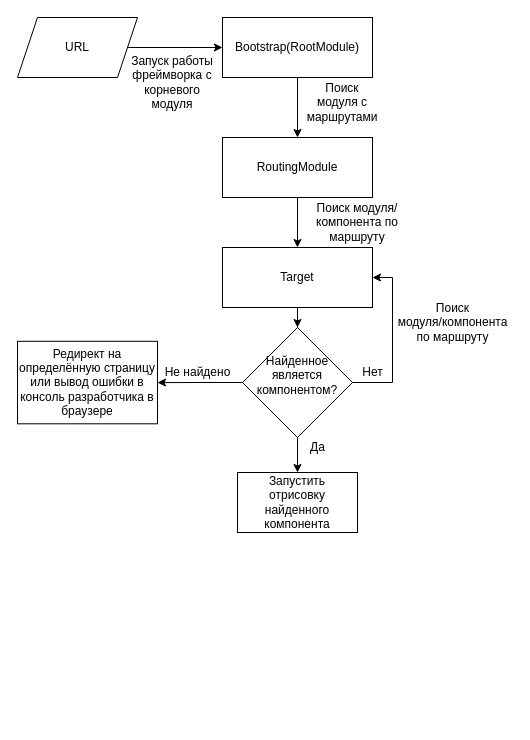
This is Процесс поиска компонента для отрисовки.drawio from Lykashonok/uwu, a draw.io file, before an edit. Source tidied: cells renumbered, new cells numbered last; positions are measured from the earlier drawing's top-left corner, leaving out a move shared by most shapes. Both pictures are drawn from the tidied source at 100%, with x=0, y=0 at pixel (17, 17).
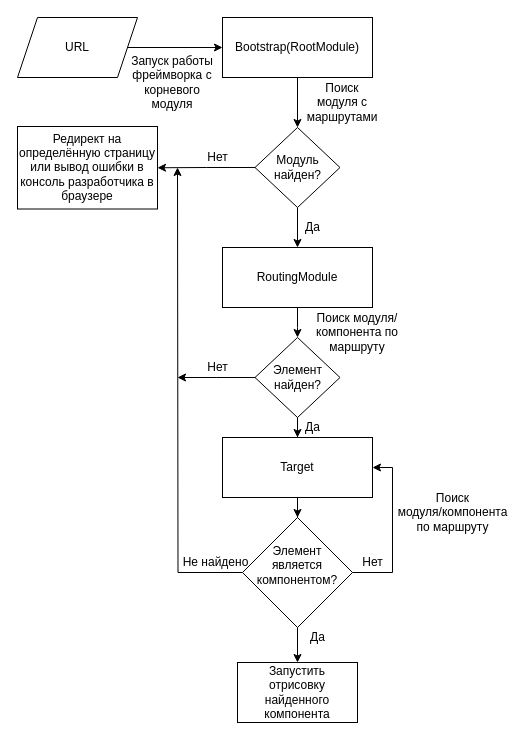
After the change.

The change refers to these unchanged cells:
```xml
<mxCell id="5" value="Bootstrap(RootModule)" style="whiteSpace=wrap;html=1;" parent="1" vertex="1">
  <mxGeometry x="205" width="150" height="60" as="geometry" />
</mxCell>
```

What changed in the source:
```diff
@@
-    <mxCell id="4" style="edgeStyle=orthogonalEdgeStyle;rounded=0;jettySize=auto;html=1;" parent="1" edge="1" source="5" target="7">
-      <mxGeometry relative="1" as="geometry" />
-    </mxCell>
+    <mxCell id="23" style="edgeStyle=orthogonalEdgeStyle;rounded=0;jettySize=auto;html=1;entryX=0.5;entryY=0;entryDx=0;entryDy=0;" parent="1" edge="1" source="5" target="26">
+      <mxGeometry relative="1" as="geometry" />
+    </mxCell>
@@
-    <mxCell id="6" style="edgeStyle=orthogonalEdgeStyle;rounded=0;jettySize=auto;html=1;entryX=0.5;entryY=0;entryDx=0;entryDy=0;" parent="1" edge="1" source="7" target="10">
-      <mxGeometry relative="1" as="geometry" />
+    <mxCell id="6" style="edgeStyle=orthogonalEdgeStyle;rounded=0;jettySize=auto;html=1;" parent="1" edge="1" source="7">
+      <mxGeometry relative="1" as="geometry">
+        <mxPoint x="280" y="320" as="targetPoint" />
+      </mxGeometry>
     </mxCell>
     <mxCell id="7" value="RoutingModule" style="whiteSpace=wrap;html=1;" parent="1" vertex="1">
-      <mxGeometry x="205" y="120" width="150" height="60" as="geometry" />
+      <mxGeometry x="205" y="230" width="150" height="60" as="geometry" />
     </mxCell>
@@
-    <mxCell id="9" style="edgeStyle=orthogonalEdgeStyle;rounded=0;jettySize=auto;html=1;entryX=0.5;entryY=0;entryDx=0;entryDy=0;" parent="1" edge="1" source="10" target="15">
-      <mxGeometry relative="1" as="geometry" />
-    </mxCell>
+    <mxCell id="11" value="Поиск модуля/компонента по маршруту" style="text;html=1;strokeColor=none;fillColor=none;align=center;verticalAlign=middle;whiteSpace=wrap;rounded=0;" parent="1" vertex="1">
+      <mxGeometry x="285" y="290" width="110" height="50" as="geometry" />
+    </mxCell>
+    <mxCell id="22" value="Запуск работы фреймворка с корневого модуля" style="text;html=1;strokeColor=none;fillColor=none;align=center;verticalAlign=middle;whiteSpace=wrap;rounded=0;" parent="1" vertex="1">
+      <mxGeometry x="110" y="30" width="90" height="70" as="geometry" />
+    </mxCell>
+    <mxCell id="24" style="edgeStyle=orthogonalEdgeStyle;rounded=0;jettySize=auto;html=1;entryX=0.5;entryY=0;entryDx=0;entryDy=0;" parent="1" edge="1" source="26" target="7">
+      <mxGeometry relative="1" as="geometry" />
+    </mxCell>
+    <mxCell id="25" style="edgeStyle=orthogonalEdgeStyle;rounded=0;jettySize=auto;html=1;entryX=1;entryY=0.5;entryDx=0;entryDy=0;" parent="1" edge="1" source="26" target="20">
+      <mxGeometry relative="1" as="geometry" />
+    </mxCell>
+    <mxCell id="26" value="&lt;div&gt;Модуль&lt;/div&gt;&lt;div&gt;найден?&lt;/div&gt;" style="rhombus;whiteSpace=wrap;html=1;" parent="1" vertex="1">
+      <mxGeometry x="237.5" y="110" width="85" height="80" as="geometry" />
+    </mxCell>
+    <mxCell id="27" style="edgeStyle=orthogonalEdgeStyle;rounded=0;jettySize=auto;html=1;entryX=0.5;entryY=0;entryDx=0;entryDy=0;" parent="1" edge="1" source="10" target="31">
+      <mxGeometry relative="1" as="geometry" />
+    </mxCell>
     <mxCell id="10" value="Target" style="whiteSpace=wrap;html=1;" parent="1" vertex="1">
-      <mxGeometry x="205" y="230" width="150" height="60" as="geometry" />
+      <mxGeometry x="205" y="420" width="150" height="60" as="geometry" />
     </mxCell>
-    <mxCell id="11" value="Поиск модуля/компонента по маршруту" style="text;html=1;strokeColor=none;fillColor=none;align=center;verticalAlign=middle;whiteSpace=wrap;rounded=0;" parent="1" vertex="1">
-      <mxGeometry x="285" y="180" width="110" height="50" as="geometry" />
-    </mxCell>
-    <mxCell id="12" style="edgeStyle=orthogonalEdgeStyle;rounded=0;jettySize=auto;html=1;entryX=1;entryY=0.5;entryDx=0;entryDy=0;" parent="1" edge="1" source="15" target="10">
-      <mxGeometry relative="1" as="geometry">
-        <Array as="points">
-          <mxPoint x="375" y="365" />
-          <mxPoint x="375" y="260" />
-        </Array>
-      </mxGeometry>
-    </mxCell>
-    <mxCell id="13" style="edgeStyle=orthogonalEdgeStyle;rounded=0;jettySize=auto;html=1;" parent="1" edge="1" source="15" target="18">
-      <mxGeometry relative="1" as="geometry" />
-    </mxCell>
-    <mxCell id="14" style="edgeStyle=orthogonalEdgeStyle;rounded=0;jettySize=auto;html=1;" parent="1" edge="1" source="15" target="20">
-      <mxGeometry relative="1" as="geometry" />
-    </mxCell>
-    <mxCell id="15" value="&lt;div&gt;Найденное является &lt;br&gt;&lt;/div&gt;&lt;div&gt;компонентом?&lt;/div&gt;&lt;div&gt;&lt;br&gt;&lt;/div&gt;" style="rhombus;whiteSpace=wrap;html=1;" parent="1" vertex="1">
-      <mxGeometry x="225" y="310" width="110" height="110" as="geometry" />
-    </mxCell>
-    <mxCell id="16" value="Нет" style="text;html=1;align=center;verticalAlign=middle;strokeColor=none;fillColor=none;" parent="1" vertex="1">
-      <mxGeometry x="335" y="345" width="40" height="20" as="geometry" />
-    </mxCell>
+    <mxCell id="28" style="edgeStyle=orthogonalEdgeStyle;rounded=0;jettySize=auto;html=1;entryX=1;entryY=0.5;entryDx=0;entryDy=0;" parent="1" edge="1" source="31" target="10">
+      <mxGeometry relative="1" as="geometry">
+        <Array as="points">
+          <mxPoint x="375" y="555" />
+          <mxPoint x="375" y="450" />
+        </Array>
+      </mxGeometry>
+    </mxCell>
+    <mxCell id="29" style="edgeStyle=orthogonalEdgeStyle;rounded=0;jettySize=auto;html=1;" parent="1" edge="1" source="31" target="18">
+      <mxGeometry relative="1" as="geometry" />
+    </mxCell>
+    <mxCell id="30" style="edgeStyle=orthogonalEdgeStyle;rounded=0;jettySize=auto;html=1;" parent="1" edge="1" source="31">
+      <mxGeometry relative="1" as="geometry">
+        <mxPoint x="160" y="150" as="targetPoint" />
+      </mxGeometry>
+    </mxCell>
+    <mxCell id="31" value="&lt;div&gt;Элемент&lt;/div&gt;&lt;div&gt;является &lt;br&gt;&lt;/div&gt;&lt;div&gt;компонентом?&lt;/div&gt;&lt;div&gt;&lt;br&gt;&lt;/div&gt;" style="rhombus;whiteSpace=wrap;html=1;" parent="1" vertex="1">
+      <mxGeometry x="225" y="500" width="110" height="110" as="geometry" />
+    </mxCell>
+    <mxCell id="32" value="Нет" style="text;html=1;align=center;verticalAlign=middle;strokeColor=none;fillColor=none;" parent="1" vertex="1">
+      <mxGeometry x="335" y="535" width="40" height="20" as="geometry" />
+    </mxCell>
     <mxCell id="17" value="&lt;div&gt;Поиск&lt;/div&gt;&lt;div&gt;модуля/компонента&lt;/div&gt;&lt;div&gt;по маршруту&lt;/div&gt;" style="text;html=1;align=center;verticalAlign=middle;strokeColor=none;fillColor=none;" parent="1" vertex="1">
-      <mxGeometry x="375" y="280" width="120" height="50" as="geometry" />
+      <mxGeometry x="375" y="470" width="120" height="50" as="geometry" />
     </mxCell>
     <mxCell id="18" value="&lt;div&gt;Запустить&lt;/div&gt;&lt;div&gt;отрисовку найденного компонента&lt;/div&gt;" style="whiteSpace=wrap;html=1;" parent="1" vertex="1">
-      <mxGeometry x="220" y="455" width="120" height="60" as="geometry" />
+      <mxGeometry x="220" y="645" width="120" height="60" as="geometry" />
     </mxCell>
-    <mxCell id="19" value="Да" style="text;html=1;align=center;verticalAlign=middle;strokeColor=none;fillColor=none;" parent="1" vertex="1">
-      <mxGeometry x="285" y="420" width="30" height="20" as="geometry" />
-    </mxCell>
+    <mxCell id="33" value="Да" style="text;html=1;align=center;verticalAlign=middle;strokeColor=none;fillColor=none;" parent="1" vertex="1">
+      <mxGeometry x="285" y="610" width="30" height="20" as="geometry" />
+    </mxCell>
+    <mxCell id="21" value="Не найдено" style="text;html=1;align=center;verticalAlign=middle;strokeColor=none;fillColor=none;" parent="1" vertex="1">
+      <mxGeometry x="157.5" y="535" width="80" height="20" as="geometry" />
+    </mxCell>
+    <mxCell id="34" style="edgeStyle=orthogonalEdgeStyle;rounded=0;jettySize=auto;html=1;entryX=0.5;entryY=0;entryDx=0;entryDy=0;" parent="1" edge="1" source="36" target="10">
+      <mxGeometry relative="1" as="geometry" />
+    </mxCell>
+    <mxCell id="35" style="edgeStyle=orthogonalEdgeStyle;rounded=0;jettySize=auto;html=1;" parent="1" edge="1" source="36">
+      <mxGeometry relative="1" as="geometry">
+        <mxPoint x="160" y="360" as="targetPoint" />
+      </mxGeometry>
+    </mxCell>
+    <mxCell id="36" value="Элемент&lt;div&gt;найден?&lt;/div&gt;" style="rhombus;whiteSpace=wrap;html=1;" parent="1" vertex="1">
+      <mxGeometry x="237.5" y="320" width="85" height="80" as="geometry" />
+    </mxCell>
     <mxCell id="20" value="Редирект на определённую страницу или вывод ошибки в консоль разработчика в браузере" style="whiteSpace=wrap;html=1;" parent="1" vertex="1">
-      <mxGeometry y="323.8" width="140" height="82.5" as="geometry" />
+      <mxGeometry y="109" width="140" height="82.5" as="geometry" />
     </mxCell>
-    <mxCell id="21" value="Не найдено" style="text;html=1;align=center;verticalAlign=middle;strokeColor=none;fillColor=none;" parent="1" vertex="1">
-      <mxGeometry x="140" y="345" width="80" height="20" as="geometry" />
-    </mxCell>
-    <mxCell id="22" value="Запуск работы фреймворка с корневого модуля" style="text;html=1;strokeColor=none;fillColor=none;align=center;verticalAlign=middle;whiteSpace=wrap;rounded=0;" parent="1" vertex="1">
-      <mxGeometry x="110" y="30" width="90" height="70" as="geometry" />
-    </mxCell>
+    <mxCell id="37" value="Да" style="text;html=1;align=center;verticalAlign=middle;strokeColor=none;fillColor=none;" parent="1" vertex="1">
+      <mxGeometry x="280" y="400" width="30" height="20" as="geometry" />
+    </mxCell>
+    <mxCell id="38" value="Да" style="text;html=1;align=center;verticalAlign=middle;strokeColor=none;fillColor=none;" parent="1" vertex="1">
+      <mxGeometry x="280" y="200" width="30" height="20" as="geometry" />
+    </mxCell>
+    <mxCell id="39" value="Нет" style="text;html=1;align=center;verticalAlign=middle;strokeColor=none;fillColor=none;" parent="1" vertex="1">
+      <mxGeometry x="180" y="340" width="40" height="20" as="geometry" />
+    </mxCell>
+    <mxCell id="40" value="Нет" style="text;html=1;align=center;verticalAlign=middle;strokeColor=none;fillColor=none;" parent="1" vertex="1">
+      <mxGeometry x="180" y="130" width="40" height="20" as="geometry" />
+    </mxCell>
```
